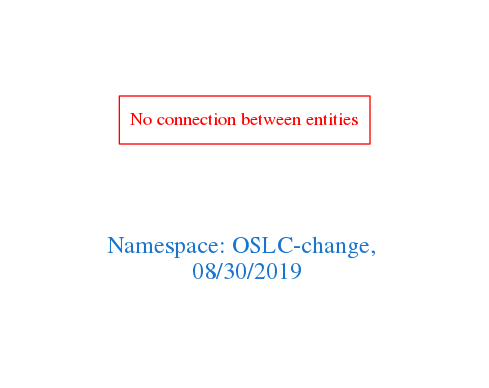
The Graphviz diagram downloads/OSLC-change.png in arago/OGIT, before a commit. Its source is kept beside it as downloads/OSLC-change.dot.
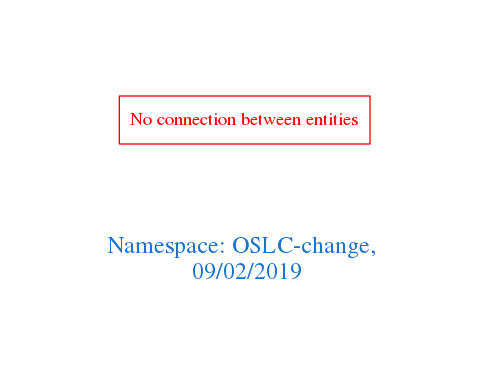
The same file after the commit.

Change to the diagram source:
```diff
@@ -1,7 +1,7 @@
 digraph OGIT_ontology {
  graph [ rankdir= LR,pad=1
 fontsize = 18,
-fontcolor= dodgerblue3,label = "\n\n\nNamespace: OSLC-change, \n 08/30/2019"];
+fontcolor= dodgerblue3,label = "\n\n\nNamespace: OSLC-change, \n 09/02/2019"];
 node[shape=polygon];
 edge [  color="gray81"];
 
```
